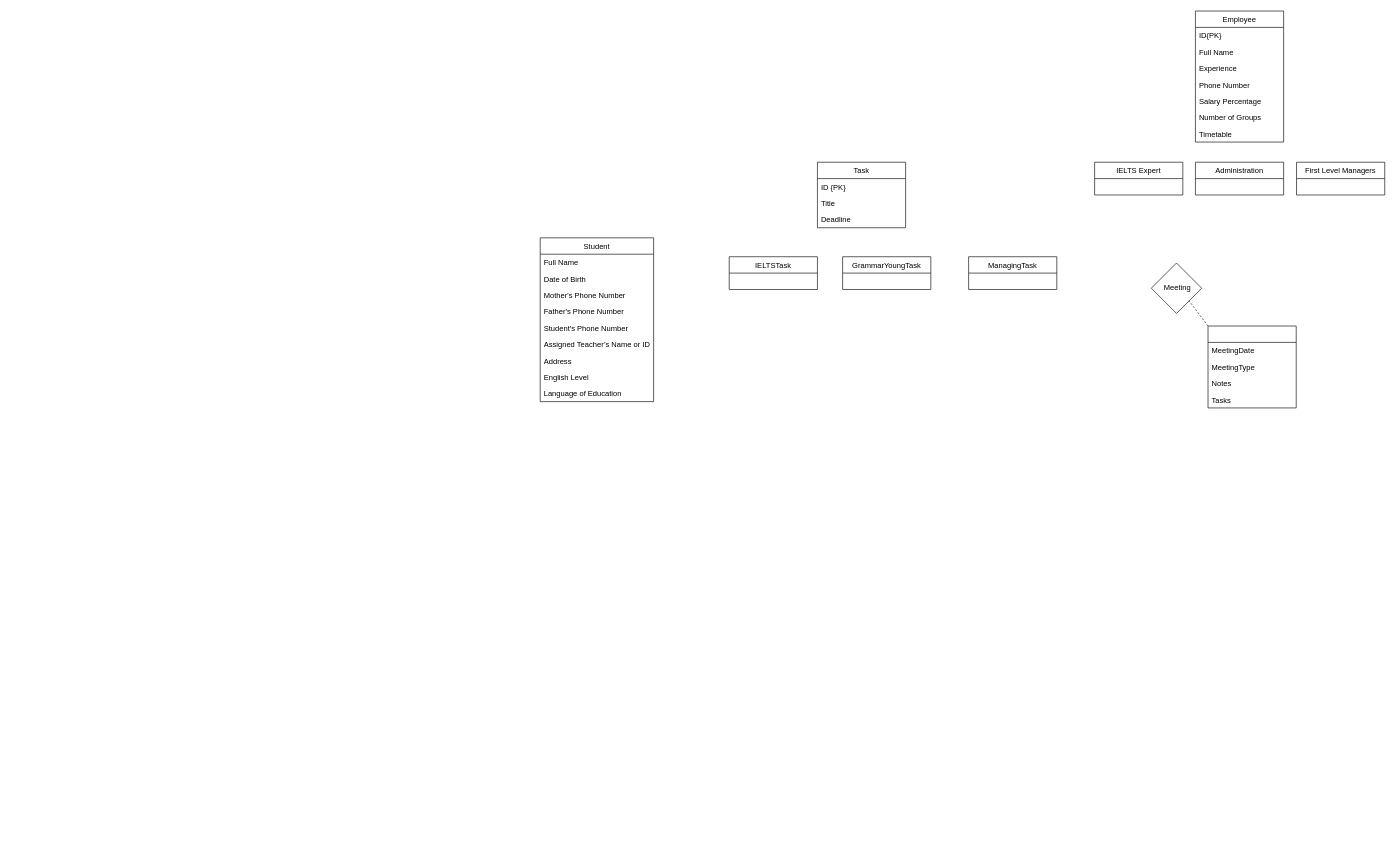
This is Untitled Diagram.drawio from Musharrafbegim/WSEEmailSubs, a draw.io file, before an edit. Source tidied: cells renumbered, new cells numbered last; positions are measured from the earlier drawing's top-left corner, leaving out a move shared by most shapes. Both pictures are drawn from the tidied source at 63%, with x=0, y=0 at pixel (540, 11).
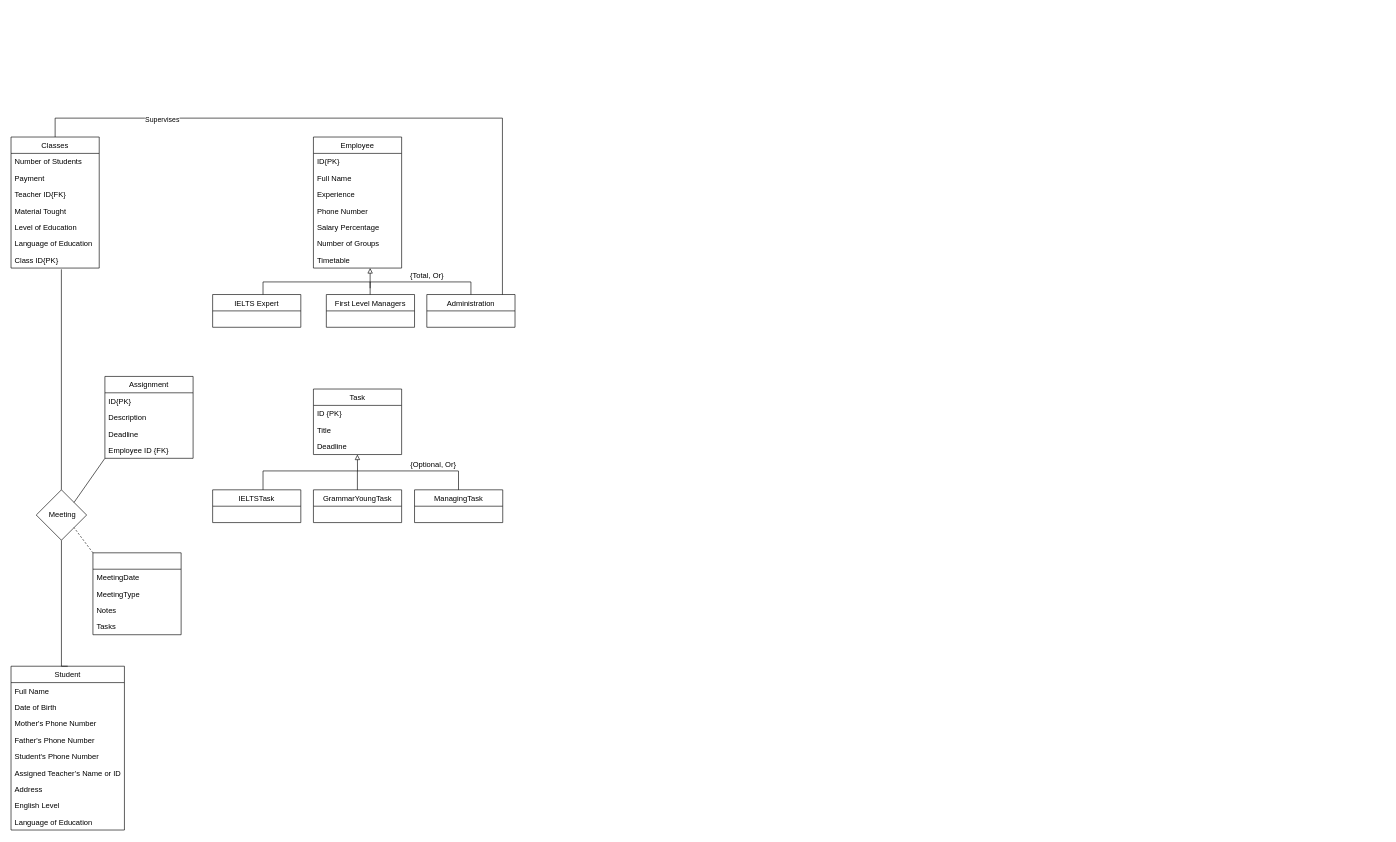
The same diagram, later.

The edit, as a diff of the source:
```diff
@@
     <mxCell id="2" value="Student" style="swimlane;fontStyle=0;horizontal=1;startSize=26;fillColor=none;" parent="1" vertex="1">
-      <mxGeometry y="360" width="180" height="260" as="geometry" />
+      <mxGeometry x="-840" y="1040" width="180" height="260" as="geometry" />
     </mxCell>
@@
     <mxCell id="12" value="IELTSTask" style="swimlane;fontStyle=0;horizontal=1;startSize=26;fillColor=none;" parent="1" vertex="1">
-      <mxGeometry x="300" y="390" width="140" height="52" as="geometry" />
+      <mxGeometry x="-520" y="760" width="140" height="52" as="geometry" />
     </mxCell>
     <mxCell id="13" value="GrammarYoungTask" style="swimlane;fontStyle=0;horizontal=1;startSize=26;fillColor=none;" parent="1" vertex="1">
-      <mxGeometry x="480" y="390" width="140" height="52" as="geometry" />
+      <mxGeometry x="-360" y="760" width="140" height="52" as="geometry" />
     </mxCell>
     <mxCell id="14" value="ManagingTask" style="swimlane;fontStyle=0;horizontal=1;startSize=26;fillColor=none;" parent="1" vertex="1">
-      <mxGeometry x="680" y="390" width="140" height="52" as="geometry" />
+      <mxGeometry x="-199.5" y="760" width="140" height="52" as="geometry" />
     </mxCell>
     <mxCell id="15" value="Task" style="swimlane;fontStyle=0;horizontal=1;startSize=26;fillColor=none;" parent="1" vertex="1">
-      <mxGeometry x="440" y="240" width="140" height="104" as="geometry" />
+      <mxGeometry x="-360" y="600" width="140" height="104" as="geometry" />
     </mxCell>
@@
     <mxCell id="19" value="Employee" style="swimlane;fontStyle=0;horizontal=1;startSize=26;fillColor=none;" parent="1" vertex="1">
-      <mxGeometry x="1040" width="140" height="208" as="geometry" />
+      <mxGeometry x="-360" y="200" width="140" height="208" as="geometry" />
     </mxCell>
@@
     <mxCell id="27" value="IELTS Expert" style="swimlane;fontStyle=0;horizontal=1;startSize=26;fillColor=none;" parent="1" vertex="1">
-      <mxGeometry x="880" y="240" width="140" height="52" as="geometry" />
+      <mxGeometry x="-520" y="450" width="140" height="52" as="geometry" />
     </mxCell>
     <mxCell id="28" value="Administration" style="swimlane;fontStyle=0;horizontal=1;startSize=26;fillColor=none;" parent="1" vertex="1">
-      <mxGeometry x="1040" y="240" width="140" height="52" as="geometry" />
+      <mxGeometry x="-180" y="450" width="140" height="52" as="geometry" />
     </mxCell>
     <mxCell id="29" value="First Level Managers" style="swimlane;fontStyle=0;horizontal=1;startSize=26;fillColor=none;" parent="1" vertex="1">
-      <mxGeometry x="1200.5" y="240" width="140" height="52" as="geometry" />
+      <mxGeometry x="-339.5" y="450" width="140" height="52" as="geometry" />
     </mxCell>
+    <mxCell id="37" style="edgeStyle=orthogonalEdgeStyle;rounded=0;jettySize=auto;html=1;entryX=0.5;entryY=0;entryDx=0;entryDy=0;endArrow=none;endFill=0;" parent="1" edge="1" source="30" target="2">
+      <mxGeometry relative="1" as="geometry">
+        <Array as="points">
+          <mxPoint x="-760" y="1040" />
+        </Array>
+      </mxGeometry>
+    </mxCell>
+    <mxCell id="38" style="edgeStyle=orthogonalEdgeStyle;rounded=0;jettySize=auto;html=1;endArrow=none;endFill=0;entryX=0.571;entryY=1.077;entryDx=0;entryDy=0;entryPerimeter=0;" parent="1" edge="1" source="30" target="48">
+      <mxGeometry relative="1" as="geometry">
+        <Array as="points">
+          <mxPoint x="-760" y="410" />
+        </Array>
+      </mxGeometry>
+    </mxCell>
     <mxCell id="30" value="&amp;nbsp;Meeting" style="rhombus;whiteSpace=wrap;html=1;" parent="1" vertex="1">
-      <mxGeometry x="970" y="400" width="80" height="80" as="geometry" />
+      <mxGeometry x="-800" y="760" width="80" height="80" as="geometry" />
     </mxCell>
     <mxCell id="31" style="swimlane;fontStyle=0;horizontal=1;startSize=26;fillColor=none;" parent="1" vertex="1">
-      <mxGeometry x="1060" y="500" width="140" height="130" as="geometry" />
+      <mxGeometry x="-710" y="860" width="140" height="130" as="geometry" />
     </mxCell>
@@
+    <mxCell id="39" style="edgeStyle=orthogonalEdgeStyle;rounded=0;jettySize=auto;html=1;endArrow=none;endFill=0;" parent="1" edge="1" source="41">
+      <mxGeometry relative="1" as="geometry">
+        <mxPoint x="-60" y="450" as="targetPoint" />
+        <Array as="points">
+          <mxPoint x="-770" y="170" />
+          <mxPoint x="-60" y="170" />
+        </Array>
+      </mxGeometry>
+    </mxCell>
+    <mxCell id="40" value="Supervises" style="edgeLabel;html=1;align=center;verticalAlign=middle;" parent="39" vertex="1">
+      <mxGeometry x="-0.61" y="-1" relative="1" as="geometry" />
+    </mxCell>
+    <mxCell id="41" value="Classes" style="swimlane;fontStyle=0;horizontal=1;startSize=26;fillColor=none;" parent="1" vertex="1">
+      <mxGeometry x="-840" y="200" width="140" height="208" as="geometry" />
+    </mxCell>
+    <mxCell id="42" value="Number of Students" style="text;strokeColor=none;fillColor=none;align=left;verticalAlign=top;spacingLeft=4;spacingRight=4;overflow=hidden;" parent="41" vertex="1">
+      <mxGeometry y="26" width="140" height="26" as="geometry" />
+    </mxCell>
+    <mxCell id="43" value="Payment" style="text;strokeColor=none;fillColor=none;align=left;verticalAlign=top;spacingLeft=4;spacingRight=4;overflow=hidden;" parent="41" vertex="1">
+      <mxGeometry y="52" width="140" height="26" as="geometry" />
+    </mxCell>
+    <mxCell id="44" value="Teacher ID{FK}" style="text;strokeColor=none;fillColor=none;align=left;verticalAlign=top;spacingLeft=4;spacingRight=4;overflow=hidden;" parent="41" vertex="1">
+      <mxGeometry y="78" width="140" height="26" as="geometry" />
+    </mxCell>
+    <mxCell id="45" value="Material Tought" style="text;strokeColor=none;fillColor=none;align=left;verticalAlign=top;spacingLeft=4;spacingRight=4;overflow=hidden;" parent="41" vertex="1">
+      <mxGeometry y="104" width="140" height="26" as="geometry" />
+    </mxCell>
+    <mxCell id="46" value="Level of Education" style="text;strokeColor=none;fillColor=none;align=left;verticalAlign=top;spacingLeft=4;spacingRight=4;overflow=hidden;" parent="41" vertex="1">
+      <mxGeometry y="130" width="140" height="26" as="geometry" />
+    </mxCell>
+    <mxCell id="47" value="Language of Education" style="text;strokeColor=none;fillColor=none;align=left;verticalAlign=top;spacingLeft=4;spacingRight=4;overflow=hidden;" parent="41" vertex="1">
+      <mxGeometry y="156" width="140" height="26" as="geometry" />
+    </mxCell>
+    <mxCell id="48" value="Class ID{PK}" style="text;strokeColor=none;fillColor=none;align=left;verticalAlign=top;spacingLeft=4;spacingRight=4;overflow=hidden;points=[[0,0.5],[1,0.5]];portConstraint=eastwest;" parent="41" vertex="1">
+      <mxGeometry y="182" width="140" height="26" as="geometry" />
+    </mxCell>
+    <mxCell id="49" value="Assignment" style="swimlane;fontStyle=0;horizontal=1;startSize=26;fillColor=none;" parent="1" vertex="1">
+      <mxGeometry x="-691" y="580" width="140" height="130" as="geometry" />
+    </mxCell>
+    <mxCell id="50" value="ID{PK}" style="text;strokeColor=none;fillColor=none;align=left;verticalAlign=top;spacingLeft=4;spacingRight=4;overflow=hidden;" parent="49" vertex="1">
+      <mxGeometry y="26" width="140" height="26" as="geometry" />
+    </mxCell>
+    <mxCell id="51" value="Description" style="text;strokeColor=none;fillColor=none;align=left;verticalAlign=top;spacingLeft=4;spacingRight=4;overflow=hidden;" parent="49" vertex="1">
+      <mxGeometry y="52" width="140" height="26" as="geometry" />
+    </mxCell>
+    <mxCell id="52" value="Deadline" style="text;strokeColor=none;fillColor=none;align=left;verticalAlign=top;spacingLeft=4;spacingRight=4;overflow=hidden;" parent="49" vertex="1">
+      <mxGeometry y="78" width="140" height="26" as="geometry" />
+    </mxCell>
+    <mxCell id="53" value="Employee ID {FK}" style="text;strokeColor=none;fillColor=none;align=left;verticalAlign=top;spacingLeft=4;spacingRight=4;overflow=hidden;" parent="49" vertex="1">
+      <mxGeometry y="104" width="140" height="26" as="geometry" />
+    </mxCell>
+    <mxCell id="54" style="endArrow=none;html=1;exitX=1;exitY=0;exitDx=0;exitDy=0;" parent="1" edge="1" source="30">
+      <mxGeometry relative="1" as="geometry">
+        <mxPoint x="-691" y="710" as="targetPoint" />
+      </mxGeometry>
+    </mxCell>
+    <mxCell id="55" style="endArrow=none;html=1;" parent="1" edge="1">
+      <mxGeometry relative="1" as="geometry">
+        <mxPoint x="-440" y="730" as="sourcePoint" />
+        <mxPoint x="-130" y="730" as="targetPoint" />
+      </mxGeometry>
+    </mxCell>
+    <mxCell id="56" style="endArrow=none;html=1;" parent="1" edge="1">
+      <mxGeometry relative="1" as="geometry">
+        <mxPoint x="-440" y="760" as="sourcePoint" />
+        <mxPoint x="-440" y="730" as="targetPoint" />
+      </mxGeometry>
+    </mxCell>
+    <mxCell id="57" style="endArrow=none;html=1;" parent="1" edge="1">
+      <mxGeometry relative="1" as="geometry">
+        <mxPoint x="-290.2" y="760" as="sourcePoint" />
+        <mxPoint x="-290.2" y="730" as="targetPoint" />
+      </mxGeometry>
+    </mxCell>
+    <mxCell id="58" style="endArrow=none;html=1;" parent="1" edge="1">
+      <mxGeometry relative="1" as="geometry">
+        <mxPoint x="-129.7" y="760" as="sourcePoint" />
+        <mxPoint x="-129.7" y="730" as="targetPoint" />
+      </mxGeometry>
+    </mxCell>
+    <mxCell id="59" style="endArrow=block;html=1;endFill=0;" parent="1" edge="1">
+      <mxGeometry relative="1" as="geometry">
+        <mxPoint x="-290" y="730" as="sourcePoint" />
+        <mxPoint x="-290.2" y="704" as="targetPoint" />
+      </mxGeometry>
+    </mxCell>
+    <mxCell id="60" value="{Optional, Or}" style="text;html=1;align=center;verticalAlign=middle;strokeColor=none;fillColor=none;" parent="1" vertex="1">
+      <mxGeometry x="-215" y="710" width="90" height="20" as="geometry" />
+    </mxCell>
+    <mxCell id="61" style="endArrow=none;html=1;" parent="1" edge="1">
+      <mxGeometry relative="1" as="geometry">
+        <mxPoint x="-440" y="430" as="sourcePoint" />
+        <mxPoint x="-110" y="430" as="targetPoint" />
+      </mxGeometry>
+    </mxCell>
+    <mxCell id="62" style="endArrow=none;html=1;" parent="1" edge="1">
+      <mxGeometry relative="1" as="geometry">
+        <mxPoint x="-440" y="450" as="sourcePoint" />
+        <mxPoint x="-440" y="430" as="targetPoint" />
+      </mxGeometry>
+    </mxCell>
+    <mxCell id="63" style="endArrow=none;html=1;" parent="1" edge="1">
+      <mxGeometry relative="1" as="geometry">
+        <mxPoint x="-270" y="450" as="sourcePoint" />
+        <mxPoint x="-270" y="430" as="targetPoint" />
+      </mxGeometry>
+    </mxCell>
+    <mxCell id="64" style="endArrow=none;html=1;" parent="1" edge="1">
+      <mxGeometry relative="1" as="geometry">
+        <mxPoint x="-110" y="450" as="sourcePoint" />
+        <mxPoint x="-110" y="430" as="targetPoint" />
+      </mxGeometry>
+    </mxCell>
+    <mxCell id="65" style="endArrow=block;html=1;endFill=0;" parent="1" edge="1">
+      <mxGeometry relative="1" as="geometry">
+        <mxPoint x="-270" y="440" as="sourcePoint" />
+        <mxPoint x="-270" y="408" as="targetPoint" />
+      </mxGeometry>
+    </mxCell>
+    <mxCell id="66" value="{Total, Or}" style="text;html=1;align=center;verticalAlign=middle;strokeColor=none;fillColor=none;" parent="1" vertex="1">
+      <mxGeometry x="-215" y="410" width="70" height="20" as="geometry" />
+    </mxCell>
```
